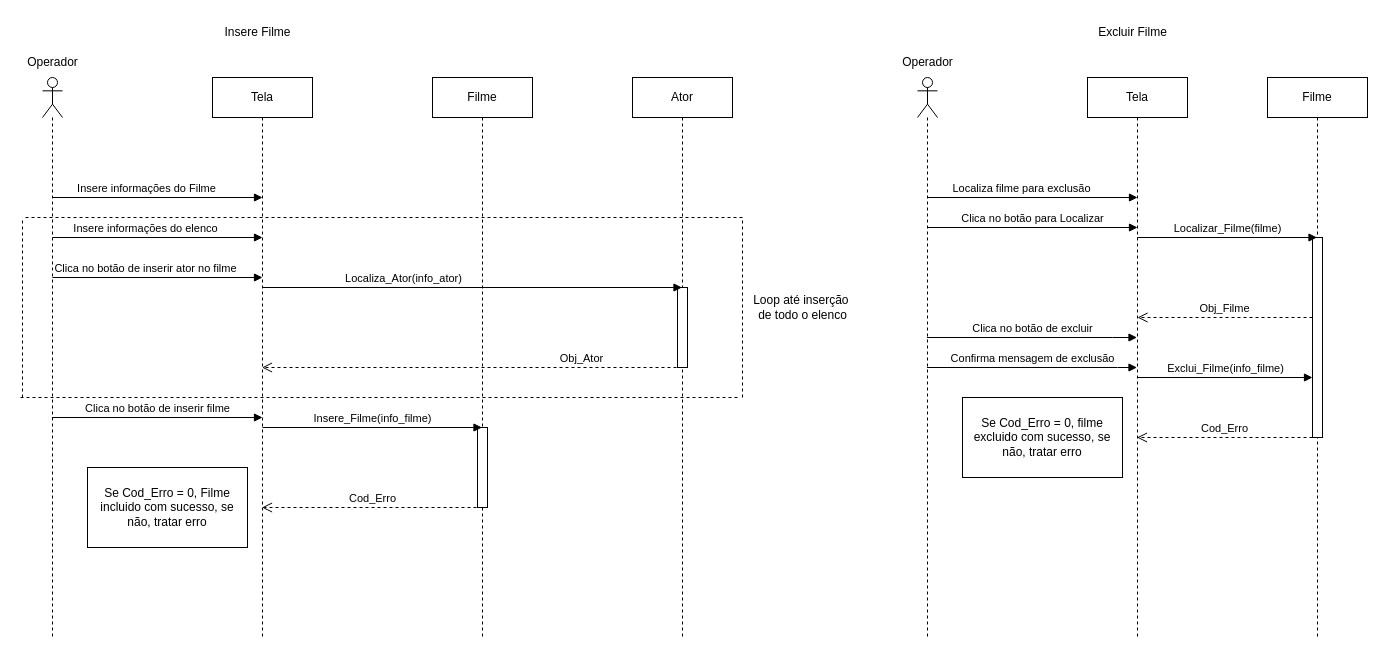
Before: Filme.drawio in Felipe-Dudek/Aula_UML, a draw.io diagram. Source tidied: cells renumbered, new cells numbered last; positions are measured from the earlier drawing's top-left corner, leaving out a move shared by most shapes. Both pictures are drawn from the tidied source at 100%, with x=0, y=0 at pixel (17, 17).
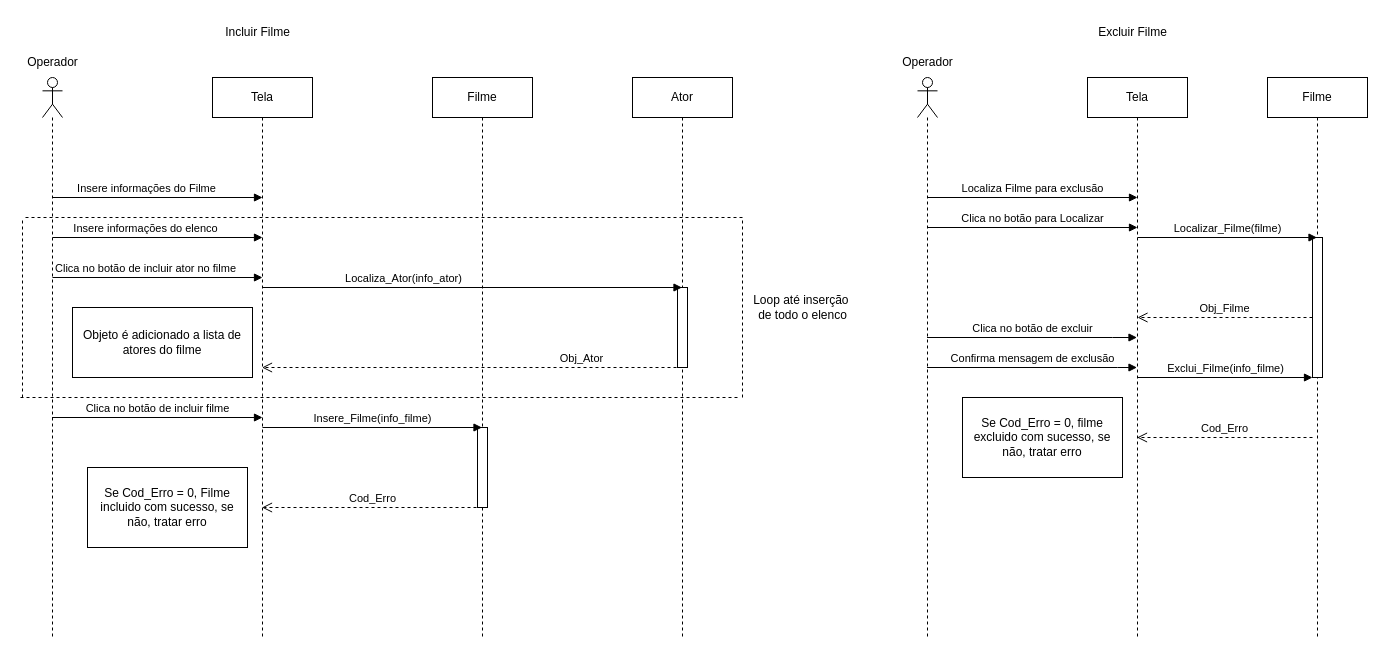
Above is the later version.

Unchanged cells that the change refers to:
```xml
<mxCell id="7" style="shape=umlLifeline;perimeter=lifelinePerimeter;whiteSpace=wrap;html=1;outlineConnect=0;portConstraint=eastwest;newEdgeStyle={&quot;curved&quot;:0,&quot;rounded&quot;:0};participant=umlActor;" parent="1" vertex="1">
  <mxGeometry x="25" y="60" width="20" height="560" as="geometry" />
</mxCell>
<mxCell id="25" value="Filme" style="shape=umlLifeline;perimeter=lifelinePerimeter;whiteSpace=wrap;html=1;outlineConnect=0;portConstraint=eastwest;newEdgeStyle={&quot;edgeStyle&quot;:&quot;elbowEdgeStyle&quot;,&quot;elbow&quot;:&quot;vertical&quot;,&quot;curved&quot;:0,&quot;rounded&quot;:0};" parent="1" vertex="1">
  <mxGeometry x="1250" y="60" width="100" height="560" as="geometry" />
</mxCell>
<mxCell id="31" style="shape=umlLifeline;perimeter=lifelinePerimeter;whiteSpace=wrap;html=1;outlineConnect=0;portConstraint=eastwest;newEdgeStyle={&quot;curved&quot;:0,&quot;rounded&quot;:0};participant=umlActor;" parent="1" vertex="1">
  <mxGeometry x="900" y="60" width="20" height="560" as="geometry" />
</mxCell>
```

The edit, as a diff of the source:
```diff
@@
-    <mxCell id="2" value="Insere Filme" style="text;html=1;align=center;verticalAlign=middle;strokeColor=none;fillColor=none;" parent="1" vertex="1">
+    <mxCell id="2" value="Incluir Filme" style="text;html=1;align=center;verticalAlign=middle;strokeColor=none;fillColor=none;" parent="1" vertex="1">
       <mxGeometry x="195" width="90" height="30" as="geometry" />
     </mxCell>
@@
-    <mxCell id="12" value="Clica no botão de inserir ator no filme" style="html=1;verticalAlign=bottom;endArrow=block;curved=0;rounded=0;" parent="1" edge="1">
+    <mxCell id="12" value="Clica no botão de incluir ator no filme" style="html=1;verticalAlign=bottom;endArrow=block;curved=0;rounded=0;" parent="1" edge="1">
       <mxGeometry x="-0.11" relative="1" as="geometry">
         <mxPoint x="35" y="260" as="sourcePoint" />
         <mxPoint x="245" y="260" as="targetPoint" />
       </mxGeometry>
     </mxCell>
@@
-    <mxCell id="20" value="Clica no botão de inserir filme" style="html=1;verticalAlign=bottom;endArrow=block;curved=0;rounded=0;" parent="1" edge="1" source="7">
+    <mxCell id="20" value="Clica no botão de incluir filme" style="html=1;verticalAlign=bottom;endArrow=block;curved=0;rounded=0;" parent="1" edge="1" source="7">
       <mxGeometry relative="1" as="geometry">
         <mxPoint x="245" y="400" as="targetPoint" />
       </mxGeometry>
     </mxCell>
@@
     <mxCell id="26" style="html=1;perimeter=orthogonalPerimeter;targetShapes=umlLifeline;newEdgeStyle={&quot;curved&quot;:0,&quot;rounded&quot;:0};" parent="25" vertex="1">
-      <mxGeometry x="45" y="160" width="10" height="200" as="geometry" />
+      <mxGeometry x="45" y="160" width="10" height="140" as="geometry" />
     </mxCell>
@@
-    <mxCell id="28" value="Localiza filme para exclusão" style="html=1;verticalAlign=bottom;endArrow=block;curved=0;rounded=0;" parent="1" edge="1" source="31">
-      <mxGeometry x="-0.11" relative="1" as="geometry">
+    <mxCell id="28" value="Localiza Filme para exclusão" style="html=1;verticalAlign=bottom;endArrow=block;curved=0;rounded=0;" parent="1" edge="1" source="31">
+      <mxGeometry relative="1" as="geometry">
         <mxPoint x="1120" y="180" as="targetPoint" />
       </mxGeometry>
     </mxCell>
@@
+    <mxCell id="39" value="Objeto é adicionado a lista de atores do filme" style="html=1;whiteSpace=wrap;" parent="1" vertex="1">
+      <mxGeometry x="55" y="290" width="180" height="70" as="geometry" />
+    </mxCell>
```
